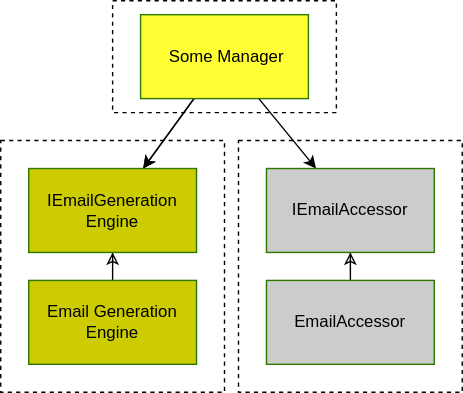
The draw.io diagram post-media/Notifications-Design/Old-System-Diagram.drawio.svg in farlee2121/DevEssentialsBlog, before a commit. Source tidied: cells renumbered, new cells last; positions are measured from the earlier drawing's top-left corner, leaving out a move shared by most shapes. The source it was exported from:
```xml
<mxGraphModel>
  <root>
    <mxCell id="0" />
    <mxCell id="1" parent="0" />
    <mxCell id="2" style="rounded=0;whiteSpace=wrap;html=1;fillColor=none;dashed=1;strokeColor=#000000;" parent="1" vertex="1">
      <mxGeometry x="170" y="100" width="160" height="180" as="geometry" />
    </mxCell>
    <mxCell id="3" style="rounded=0;whiteSpace=wrap;html=1;fillColor=none;dashed=1;strokeColor=#000000;" parent="1" vertex="1">
      <mxGeometry y="100" width="160" height="180" as="geometry" />
    </mxCell>
    <mxCell id="4" style="rounded=0;whiteSpace=wrap;html=1;fillColor=none;dashed=1;strokeColor=#000000;" parent="1" vertex="1">
      <mxGeometry x="80" width="160" height="80" as="geometry" />
    </mxCell>
    <mxCell id="5" style="jettySize=auto;html=1;rounded=0;strokeColor=#000000;" parent="1" edge="1" source="8" target="13">
      <mxGeometry relative="1" as="geometry" />
    </mxCell>
    <mxCell id="6" style="edgeStyle=none;rounded=0;jettySize=auto;html=1;strokeColor=#000000;" parent="1" edge="1" source="8" target="13">
      <mxGeometry relative="1" as="geometry" />
    </mxCell>
    <mxCell id="7" style="edgeStyle=none;rounded=0;jettySize=auto;html=1;strokeColor=#000000;" parent="1" edge="1" source="8" target="10">
      <mxGeometry relative="1" as="geometry" />
    </mxCell>
    <mxCell id="8" value="&lt;font color=&quot;#000000&quot;&gt;&amp;nbsp;Some Manager&lt;/font&gt;" style="rounded=0;whiteSpace=wrap;html=1;fillColor=#FFFF33;strokeColor=#2D7600;fontColor=#ffffff;" parent="1" vertex="1">
      <mxGeometry x="100" y="10" width="120" height="60" as="geometry" />
    </mxCell>
    <mxCell id="9" style="edgeStyle=orthogonalEdgeStyle;rounded=0;jettySize=auto;html=1;strokeColor=#000000;startArrow=classic;startFill=0;endArrow=none;endFill=0;" parent="1" edge="1" source="10" target="11">
      <mxGeometry relative="1" as="geometry" />
    </mxCell>
    <mxCell id="10" value="&lt;font color=&quot;#000000&quot;&gt;IEmailAccessor&lt;/font&gt;" style="rounded=0;whiteSpace=wrap;html=1;fillColor=#CCCCCC;strokeColor=#2D7600;fontColor=#ffffff;" parent="1" vertex="1">
      <mxGeometry x="190" y="120" width="120" height="60" as="geometry" />
    </mxCell>
    <mxCell id="11" value="&lt;font color=&quot;#000000&quot;&gt;EmailAccessor&lt;/font&gt;" style="rounded=0;whiteSpace=wrap;html=1;fillColor=#CCCCCC;strokeColor=#2D7600;fontColor=#ffffff;" parent="1" vertex="1">
      <mxGeometry x="190" y="200" width="120" height="60" as="geometry" />
    </mxCell>
    <mxCell id="12" style="edgeStyle=orthogonalEdgeStyle;rounded=0;jettySize=auto;html=1;strokeColor=#000000;startArrow=classic;startFill=0;endArrow=none;endFill=0;" parent="1" edge="1" source="13" target="14">
      <mxGeometry relative="1" as="geometry" />
    </mxCell>
    <mxCell id="13" value="&lt;font color=&quot;#000000&quot;&gt;IEmailGeneration Engine&lt;/font&gt;" style="rounded=0;whiteSpace=wrap;html=1;fillColor=#CCCC00;strokeColor=#2D7600;fontColor=#ffffff;" parent="1" vertex="1">
      <mxGeometry x="20" y="120" width="120" height="60" as="geometry" />
    </mxCell>
    <mxCell id="14" value="&lt;font color=&quot;#000000&quot;&gt;Email Generation Engine&lt;/font&gt;" style="rounded=0;whiteSpace=wrap;html=1;fillColor=#CCCC00;strokeColor=#2D7600;fontColor=#ffffff;" parent="1" vertex="1">
      <mxGeometry x="20" y="200" width="120" height="60" as="geometry" />
    </mxCell>
    <mxCell id="15" style="jettySize=auto;html=1;rounded=0;strokeColor=#000000;" parent="1" edge="1" target="x">
      <mxGeometry relative="1" as="geometry">
        <mxPoint x="295.7" y="270" as="sourcePoint" />
      </mxGeometry>
    </mxCell>
    <mxCell id="16" style="edgeStyle=none;rounded=0;jettySize=auto;html=1;strokeColor=#000000;" parent="1" edge="1" target="x">
      <mxGeometry relative="1" as="geometry">
        <mxPoint x="295.7" y="270" as="sourcePoint" />
      </mxGeometry>
    </mxCell>
    <mxCell id="17" style="edgeStyle=none;rounded=0;jettySize=auto;html=1;strokeColor=#000000;" parent="1" edge="1" target="x">
      <mxGeometry relative="1" as="geometry">
        <mxPoint x="350" y="285.8" as="sourcePoint" />
      </mxGeometry>
    </mxCell>
  </root>
</mxGraphModel>
```
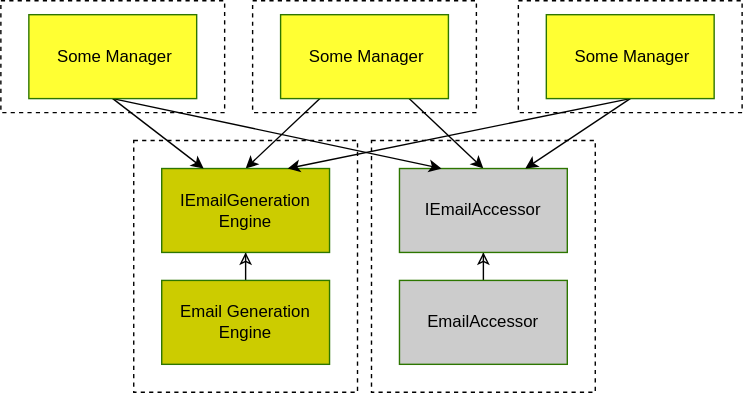
Above is the later version.

Diff of the diagram source:
```diff
@@ -2,6 +2,9 @@
   <root>
     <mxCell id="0" />
     <mxCell id="1" parent="0" />
+    <mxCell id="18" style="rounded=0;whiteSpace=wrap;html=1;fillColor=none;dashed=1;strokeColor=#000000;" parent="1" vertex="1">
+      <mxGeometry x="85" width="160" height="80" as="geometry" />
+    </mxCell>
     <mxCell id="2" style="rounded=0;whiteSpace=wrap;html=1;fillColor=none;dashed=1;strokeColor=#000000;" parent="1" vertex="1">
       <mxGeometry x="170" y="100" width="160" height="180" as="geometry" />
     </mxCell>
@@ -9,19 +12,16 @@
       <mxGeometry y="100" width="160" height="180" as="geometry" />
     </mxCell>
     <mxCell id="4" style="rounded=0;whiteSpace=wrap;html=1;fillColor=none;dashed=1;strokeColor=#000000;" parent="1" vertex="1">
-      <mxGeometry x="80" width="160" height="80" as="geometry" />
+      <mxGeometry x="-95" width="160" height="80" as="geometry" />
     </mxCell>
-    <mxCell id="5" style="jettySize=auto;html=1;rounded=0;strokeColor=#000000;" parent="1" edge="1" source="8" target="13">
-      <mxGeometry relative="1" as="geometry" />
-    </mxCell>
-    <mxCell id="6" style="edgeStyle=none;rounded=0;jettySize=auto;html=1;strokeColor=#000000;" parent="1" edge="1" source="8" target="13">
+    <mxCell id="6" style="edgeStyle=none;rounded=0;jettySize=auto;html=1;strokeColor=#000000;entryX=0.5;entryY=0;entryDx=0;entryDy=0;" parent="1" edge="1" source="8" target="13">
       <mxGeometry relative="1" as="geometry" />
     </mxCell>
-    <mxCell id="7" style="edgeStyle=none;rounded=0;jettySize=auto;html=1;strokeColor=#000000;" parent="1" edge="1" source="8" target="10">
+    <mxCell id="7" style="edgeStyle=none;rounded=0;jettySize=auto;html=1;strokeColor=#000000;entryX=0.5;entryY=0;entryDx=0;entryDy=0;" parent="1" edge="1" source="8" target="10">
       <mxGeometry relative="1" as="geometry" />
     </mxCell>
     <mxCell id="8" value="&lt;font color=&quot;#000000&quot;&gt;&amp;nbsp;Some Manager&lt;/font&gt;" style="rounded=0;whiteSpace=wrap;html=1;fillColor=#FFFF33;strokeColor=#2D7600;fontColor=#ffffff;" parent="1" vertex="1">
-      <mxGeometry x="100" y="10" width="120" height="60" as="geometry" />
+      <mxGeometry x="105" y="10" width="120" height="60" as="geometry" />
     </mxCell>
     <mxCell id="9" style="edgeStyle=orthogonalEdgeStyle;rounded=0;jettySize=auto;html=1;strokeColor=#000000;startArrow=classic;startFill=0;endArrow=none;endFill=0;" parent="1" edge="1" source="10" target="11">
       <mxGeometry relative="1" as="geometry" />
@@ -41,20 +41,41 @@
     <mxCell id="14" value="&lt;font color=&quot;#000000&quot;&gt;Email Generation Engine&lt;/font&gt;" style="rounded=0;whiteSpace=wrap;html=1;fillColor=#CCCC00;strokeColor=#2D7600;fontColor=#ffffff;" parent="1" vertex="1">
       <mxGeometry x="20" y="200" width="120" height="60" as="geometry" />
     </mxCell>
-    <mxCell id="15" style="jettySize=auto;html=1;rounded=0;strokeColor=#000000;" parent="1" edge="1" target="x">
+    <mxCell id="15" style="orthogonalLoop=1;jettySize=auto;html=1;rounded=0;strokeColor=#000000;" parent="1" edge="1">
       <mxGeometry relative="1" as="geometry">
-        <mxPoint x="295.7" y="270" as="sourcePoint" />
+        <mxPoint x="200.7" y="270" as="sourcePoint" />
       </mxGeometry>
     </mxCell>
-    <mxCell id="16" style="edgeStyle=none;rounded=0;jettySize=auto;html=1;strokeColor=#000000;" parent="1" edge="1" target="x">
+    <mxCell id="16" style="edgeStyle=none;rounded=0;orthogonalLoop=1;jettySize=auto;html=1;strokeColor=#000000;" parent="1" edge="1">
       <mxGeometry relative="1" as="geometry">
-        <mxPoint x="295.7" y="270" as="sourcePoint" />
+        <mxPoint x="200.7" y="270" as="sourcePoint" />
       </mxGeometry>
     </mxCell>
-    <mxCell id="17" style="edgeStyle=none;rounded=0;jettySize=auto;html=1;strokeColor=#000000;" parent="1" edge="1" target="x">
+    <mxCell id="17" style="edgeStyle=none;rounded=0;orthogonalLoop=1;jettySize=auto;html=1;strokeColor=#000000;" parent="1" edge="1">
       <mxGeometry relative="1" as="geometry">
-        <mxPoint x="350" y="285.8" as="sourcePoint" />
+        <mxPoint x="255" y="285.8" as="sourcePoint" />
       </mxGeometry>
     </mxCell>
+    <mxCell id="19" style="rounded=0;jettySize=auto;html=1;exitX=0.5;exitY=1;exitDx=0;exitDy=0;strokeColor=#000000;entryX=0.25;entryY=0;entryDx=0;entryDy=0;" parent="1" edge="1" source="21" target="13">
+      <mxGeometry relative="1" as="geometry" />
+    </mxCell>
+    <mxCell id="20" style="rounded=0;jettySize=auto;html=1;exitX=0.5;exitY=1;exitDx=0;exitDy=0;strokeColor=#000000;entryX=0.25;entryY=0;entryDx=0;entryDy=0;" parent="1" edge="1" source="21" target="10">
+      <mxGeometry relative="1" as="geometry" />
+    </mxCell>
+    <mxCell id="21" value="&lt;font color=&quot;#000000&quot;&gt;&amp;nbsp;Some Manager&lt;/font&gt;" style="rounded=0;whiteSpace=wrap;html=1;fillColor=#FFFF33;strokeColor=#2D7600;fontColor=#ffffff;" parent="1" vertex="1">
+      <mxGeometry x="-75" y="10" width="120" height="60" as="geometry" />
+    </mxCell>
+    <mxCell id="22" style="rounded=0;whiteSpace=wrap;html=1;fillColor=none;dashed=1;strokeColor=#000000;" parent="1" vertex="1">
+      <mxGeometry x="275" width="160" height="80" as="geometry" />
+    </mxCell>
+    <mxCell id="23" style="rounded=0;jettySize=auto;html=1;exitX=0.5;exitY=1;exitDx=0;exitDy=0;entryX=0.75;entryY=0;entryDx=0;entryDy=0;strokeColor=#000000;" parent="1" edge="1" source="25" target="13">
+      <mxGeometry relative="1" as="geometry" />
+    </mxCell>
+    <mxCell id="24" style="rounded=0;jettySize=auto;html=1;exitX=0.5;exitY=1;exitDx=0;exitDy=0;entryX=0.75;entryY=0;entryDx=0;entryDy=0;strokeColor=#000000;" parent="1" edge="1" source="25" target="10">
+      <mxGeometry relative="1" as="geometry" />
+    </mxCell>
+    <mxCell id="25" value="&lt;font color=&quot;#000000&quot;&gt;&amp;nbsp;Some Manager&lt;/font&gt;" style="rounded=0;whiteSpace=wrap;html=1;fillColor=#FFFF33;strokeColor=#2D7600;fontColor=#ffffff;" parent="1" vertex="1">
+      <mxGeometry x="295" y="10" width="120" height="60" as="geometry" />
+    </mxCell>
   </root>
 </mxGraphModel>
```
